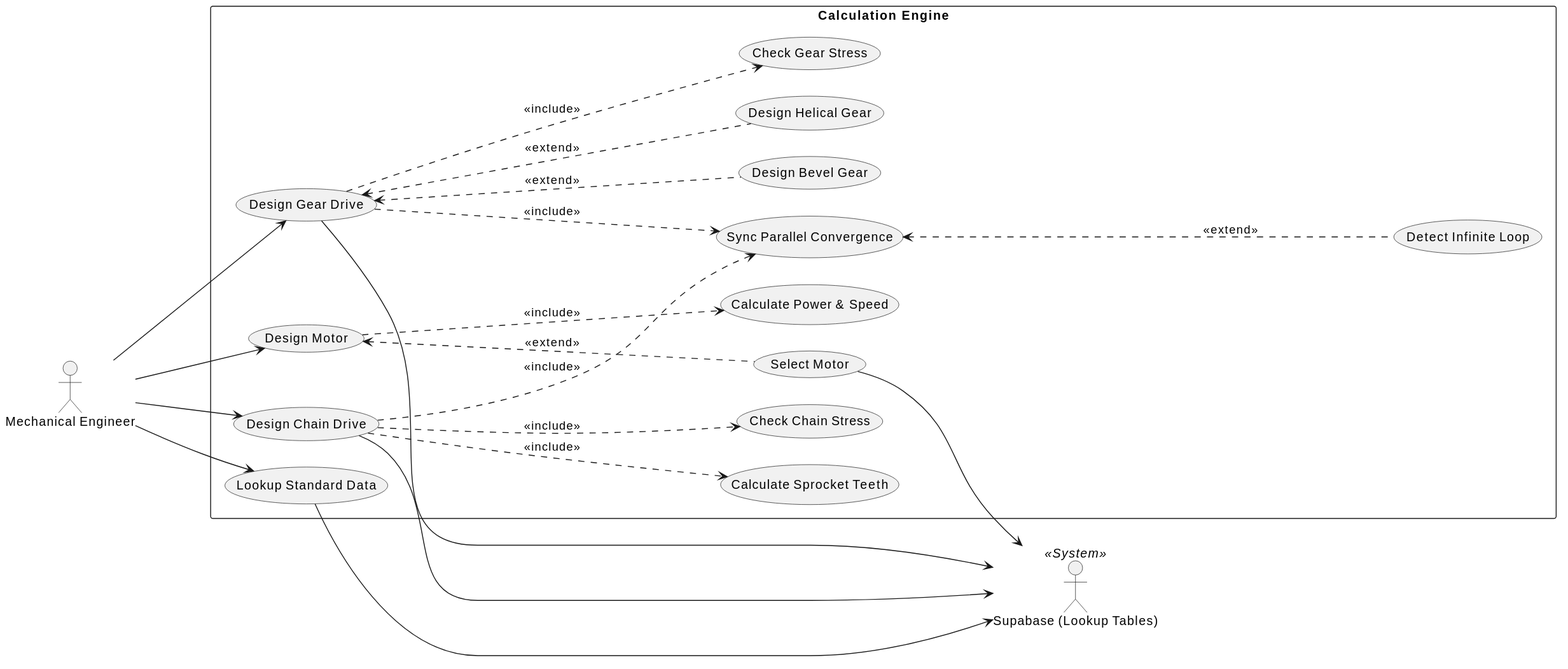
dvydinh/mechdrive keeps this PlantUML diagram as docs/uml/uc_calc.svg. Above is the earlier version.
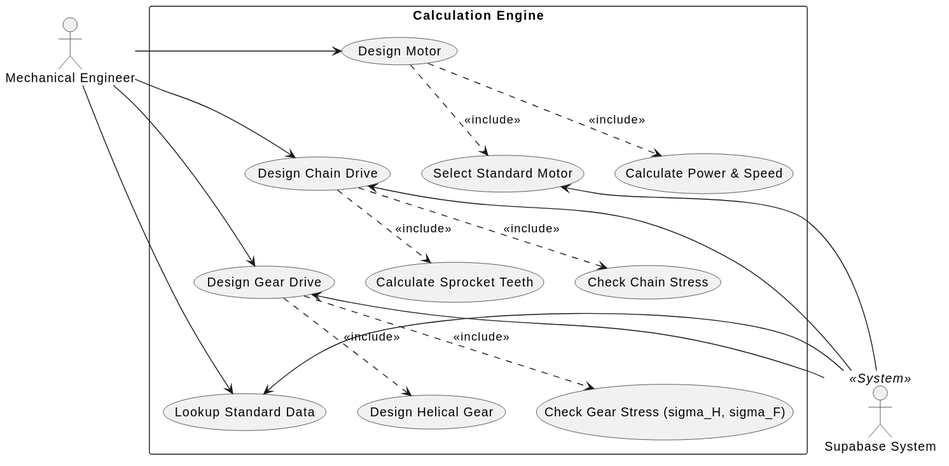
The same diagram one commit later.

What changed in the source:
```diff
@@ -1,54 +1,45 @@
 @startuml
-left to right direction
 skinparam packageStyle rectangle
-skinparam nodesep 30
-skinparam ranksep 100
-skinparam wrapWidth 200
 
 actor "Mechanical Engineer" as eng
-actor "Supabase (Lookup Tables)" as db << System >>
+actor "Supabase System" as db << System >>
 
 package "Calculation Engine" {
   usecase "Design Motor" as UC1
   usecase "Calculate Power & Speed" as UC1_1
-  usecase "Select Motor" as UC1_2
+  usecase "Select Standard Motor" as UC1_2
 
   usecase "Design Chain Drive" as UC2
   usecase "Calculate Sprocket Teeth" as UC2_1
   usecase "Check Chain Stress" as UC2_2
 
   usecase "Design Gear Drive" as UC3
-  usecase "Design Bevel Gear" as UC3_1
   usecase "Design Helical Gear" as UC3_2
-  usecase "Check Gear Stress" as UC3_3
-
-  usecase "Sync Parallel Convergence" as UC4
-  usecase "Detect Infinite Loop" as UC4_1
+  usecase "Check Gear Stress (sigma_H, sigma_F)" as UC3_3
 
   usecase "Lookup Standard Data" as UC5
 }
 
-eng --> UC1
-UC1 ..down..> UC1_1 : <<include>>
-UC1_2 ..up..> UC1 : <<extend>>
+UC1 -[hidden]down-> UC2
+UC2 -[hidden]down-> UC3
+UC3 -[hidden]down-> UC5
 
-eng --> UC2
-UC2 ..down..> UC2_1 : <<include>>
-UC2 ..down..> UC2_2 : <<include>>
+eng -right-> UC1
+UC1 .down.> UC1_1 : <<include>>
+UC1 .down.> UC1_2 : <<include>>
 
-eng --> UC3
-UC3_1 ..up..> UC3 : <<extend>>
-UC3_2 ..up..> UC3 : <<extend>>
-UC3 ..down..> UC3_3 : <<include>>
+eng -right-> UC2
+UC2 .down.> UC2_1 : <<include>>
+UC2 .down.> UC2_2 : <<include>>
 
-UC2 ..down..> UC4 : <<include>>
-UC3 ..down..> UC4 : <<include>>
-UC4_1 ..up..> UC4 : <<extend>>
+eng -right-> UC3
+UC3 .down.> UC3_2 : <<include>>
+UC3 .down.> UC3_3 : <<include>>
 
-eng --> UC5
+eng -right-> UC5
 
-UC1_2 --> db
-UC2 --> db
-UC3 --> db
-UC5 --> db
+db -left-> UC1_2
+db -left-> UC2
+db -left-> UC3
+db -left-> UC5
 @enduml
```
